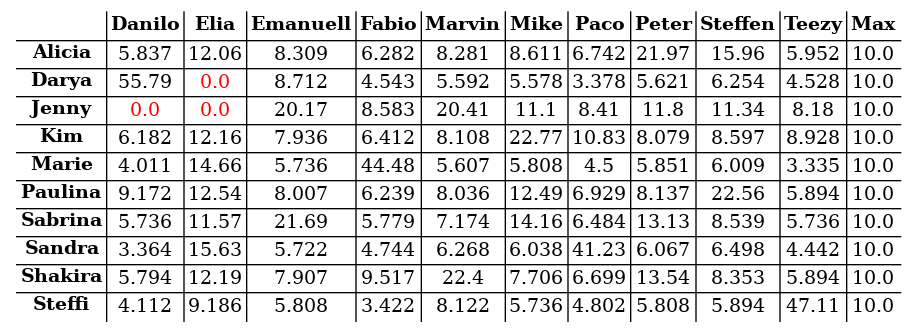
Above: s03r/s03r_tab.png in atticus-sullivan/sim-ayto (Graphviz), before the change. Its source is kept beside it as s03r/s03r_tab.dot.
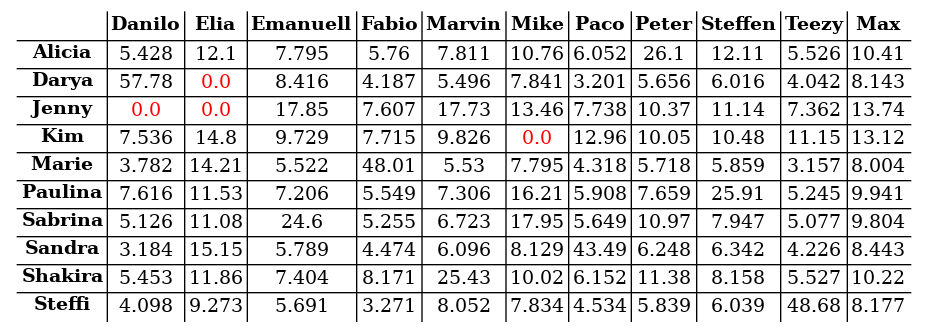
Above is the later version.

What changed in the source:
```diff
@@ -15,134 +15,134 @@
 <td><B>Max</B></td>
 </tr>
 <tr><td><B>Alicia</B></td>
-<td><font color="black">5.837</font></td>
-<td><font color="black">12.06</font></td>
-<td><font color="black">8.309</font></td>
-<td><font color="black">6.282</font></td>
-<td><font color="black">8.281</font></td>
-<td><font color="black">8.611</font></td>
-<td><font color="black">6.742</font></td>
-<td><font color="black">21.97</font></td>
-<td><font color="black">15.96</font></td>
-<td><font color="black">5.952</font></td>
-<td><font color="black">10.0</font></td>
+<td><font color="black">5.428</font></td>
+<td><font color="black">12.1</font></td>
+<td><font color="black">7.795</font></td>
+<td><font color="black">5.76</font></td>
+<td><font color="black">7.811</font></td>
+<td><font color="black">10.76</font></td>
+<td><font color="black">6.052</font></td>
+<td><font color="black">26.1</font></td>
+<td><font color="black">12.11</font></td>
+<td><font color="black">5.526</font></td>
+<td><font color="black">10.41</font></td>
 </tr>
 <tr><td><B>Darya</B></td>
-<td><font color="black">55.79</font></td>
+<td><font color="black">57.78</font></td>
 <td><font color="red">0.0</font></td>
-<td><font color="black">8.712</font></td>
-<td><font color="black">4.543</font></td>
-<td><font color="black">5.592</font></td>
-<td><font color="black">5.578</font></td>
-<td><font color="black">3.378</font></td>
-<td><font color="black">5.621</font></td>
-<td><font color="black">6.254</font></td>
-<td><font color="black">4.528</font></td>
-<td><font color="black">10.0</font></td>
+<td><font color="black">8.416</font></td>
+<td><font color="black">4.187</font></td>
+<td><font color="black">5.496</font></td>
+<td><font color="black">7.841</font></td>
+<td><font color="black">3.201</font></td>
+<td><font color="black">5.656</font></td>
+<td><font color="black">6.016</font></td>
+<td><font color="black">4.042</font></td>
+<td><font color="black">8.143</font></td>
 </tr>
 <tr><td><B>Jenny</B></td>
 <td><font color="red">0.0</font></td>
 <td><font color="red">0.0</font></td>
-<td><font color="black">20.17</font></td>
-<td><font color="black">8.583</font></td>
-<td><font color="black">20.41</font></td>
-<td><font color="black">11.1</font></td>
-<td><font color="black">8.41</font></td>
-<td><font color="black">11.8</font></td>
-<td><font color="black">11.34</font></td>
-<td><font color="black">8.18</font></td>
-<td><font color="black">10.0</font></td>
+<td><font color="black">17.85</font></td>
+<td><font color="black">7.607</font></td>
+<td><font color="black">17.73</font></td>
+<td><font color="black">13.46</font></td>
+<td><font color="black">7.738</font></td>
+<td><font color="black">10.37</font></td>
+<td><font color="black">11.14</font></td>
+<td><font color="black">7.362</font></td>
+<td><font color="black">13.74</font></td>
 </tr>
 <tr><td><B>Kim</B></td>
-<td><font color="black">6.182</font></td>
-<td><font color="black">12.16</font></td>
-<td><font color="black">7.936</font></td>
-<td><font color="black">6.412</font></td>
-<td><font color="black">8.108</font></td>
-<td><font color="black">22.77</font></td>
-<td><font color="black">10.83</font></td>
-<td><font color="black">8.079</font></td>
-<td><font color="black">8.597</font></td>
-<td><font color="black">8.928</font></td>
-<td><font color="black">10.0</font></td>
+<td><font color="black">7.536</font></td>
+<td><font color="black">14.8</font></td>
+<td><font color="black">9.729</font></td>
+<td><font color="black">7.715</font></td>
+<td><font color="black">9.826</font></td>
+<td><font color="red">0.0</font></td>
+<td><font color="black">12.96</font></td>
+<td><font color="black">10.05</font></td>
+<td><font color="black">10.48</font></td>
+<td><font color="black">11.15</font></td>
+<td><font color="black">13.12</font></td>
 </tr>
 <tr><td><B>Marie</B></td>
-<td><font color="black">4.011</font></td>
-<td><font color="black">14.66</font></td>
-<td><font color="black">5.736</font></td>
-<td><font color="black">44.48</font></td>
-<td><font color="black">5.607</font></td>
-<td><font color="black">5.808</font></td>
-<td><font color="black">4.5</font></td>
-<td><font color="black">5.851</font></td>
-<td><font color="black">6.009</font></td>
-<td><font color="black">3.335</font></td>
-<td><font color="black">10.0</font></td>
+<td><font color="black">3.782</font></td>
+<td><font color="black">14.21</font></td>
+<td><font color="black">5.522</font></td>
+<td><font color="black">48.01</font></td>
+<td><font color="black">5.53</font></td>
+<td><font color="black">7.795</font></td>
+<td><font color="black">4.318</font></td>
+<td><font color="black">5.718</font></td>
+<td><font color="black">5.859</font></td>
+<td><font color="black">3.157</font></td>
+<td><font color="black">8.004</font></td>
 </tr>
 <tr><td><B>Paulina</B></td>
-<td><font color="black">9.172</font></td>
-<td><font color="black">12.54</font></td>
-<td><font color="black">8.007</font></td>
-<td><font color="black">6.239</font></td>
-<td><font color="black">8.036</font></td>
-<td><font color="black">12.49</font></td>
-<td><font color="black">6.929</font></td>
-<td><font color="black">8.137</font></td>
-<td><font color="black">22.56</font></td>
-<td><font color="black">5.894</font></td>
-<td><font color="black">10.0</font></td>
+<td><font color="black">7.616</font></td>
+<td><font color="black">11.53</font></td>
+<td><font color="black">7.206</font></td>
+<td><font color="black">5.549</font></td>
+<td><font color="black">7.306</font></td>
+<td><font color="black">16.21</font></td>
+<td><font color="black">5.908</font></td>
+<td><font color="black">7.659</font></td>
+<td><font color="black">25.91</font></td>
+<td><font color="black">5.245</font></td>
+<td><font color="black">9.941</font></td>
 </tr>
 <tr><td><B>Sabrina</B></td>
-<td><font color="black">5.736</font></td>
-<td><font color="black">11.57</font></td>
-<td><font color="black">21.69</font></td>
-<td><font color="black">5.779</font></td>
-<td><font color="black">7.174</font></td>
-<td><font color="black">14.16</font></td>
-<td><font color="black">6.484</font></td>
-<td><font color="black">13.13</font></td>
-<td><font color="black">8.539</font></td>
-<td><font color="black">5.736</font></td>
-<td><font color="black">10.0</font></td>
+<td><font color="black">5.126</font></td>
+<td><font color="black">11.08</font></td>
+<td><font color="black">24.6</font></td>
+<td><font color="black">5.255</font></td>
+<td><font color="black">6.723</font></td>
+<td><font color="black">17.95</font></td>
+<td><font color="black">5.649</font></td>
+<td><font color="black">10.97</font></td>
+<td><font color="black">7.947</font></td>
+<td><font color="black">5.077</font></td>
+<td><font color="black">9.804</font></td>
 </tr>
 <tr><td><B>Sandra</B></td>
-<td><font color="black">3.364</font></td>
-<td><font color="black">15.63</font></td>
-<td><font color="black">5.722</font></td>
-<td><font color="black">4.744</font></td>
-<td><font color="black">6.268</font></td>
-<td><font color="black">6.038</font></td>
-<td><font color="black">41.23</font></td>
-<td><font color="black">6.067</font></td>
-<td><font color="black">6.498</font></td>
-<td><font color="black">4.442</font></td>
-<td><font color="black">10.0</font></td>
+<td><font color="black">3.184</font></td>
+<td><font color="black">15.15</font></td>
+<td><font color="black">5.789</font></td>
+<td><font color="black">4.474</font></td>
+<td><font color="black">6.096</font></td>
+<td><font color="black">8.129</font></td>
+<td><font color="black">43.49</font></td>
+<td><font color="black">6.248</font></td>
+<td><font color="black">6.342</font></td>
+<td><font color="black">4.226</font></td>
+<td><font color="black">8.443</font></td>
 </tr>
 <tr><td><B>Shakira</B></td>
-<td><font color="black">5.794</font></td>
-<td><font color="black">12.19</font></td>
-<td><font color="black">7.907</font></td>
-<td><font color="black">9.517</font></td>
-<td><font color="black">22.4</font></td>
-<td><font color="black">7.706</font></td>
-<td><font color="black">6.699</font></td>
-<td><font color="black">13.54</font></td>
-<td><font color="black">8.353</font></td>
-<td><font color="black">5.894</font></td>
-<td><font color="black">10.0</font></td>
+<td><font color="black">5.453</font></td>
+<td><font color="black">11.86</font></td>
+<td><font color="black">7.404</font></td>
+<td><font color="black">8.171</font></td>
+<td><font color="black">25.43</font></td>
+<td><font color="black">10.02</font></td>
+<td><font color="black">6.152</font></td>
+<td><font color="black">11.38</font></td>
+<td><font color="black">8.158</font></td>
+<td><font color="black">5.527</font></td>
+<td><font color="black">10.22</font></td>
 </tr>
 <tr><td><B>Steffi</B></td>
-<td><font color="black">4.112</font></td>
-<td><font color="black">9.186</font></td>
-<td><font color="black">5.808</font></td>
-<td><font color="black">3.422</font></td>
-<td><font color="black">8.122</font></td>
-<td><font color="black">5.736</font></td>
-<td><font color="black">4.802</font></td>
-<td><font color="black">5.808</font></td>
-<td><font color="black">5.894</font></td>
-<td><font color="black">47.11</font></td>
-<td><font color="black">10.0</font></td>
+<td><font color="black">4.098</font></td>
+<td><font color="black">9.273</font></td>
+<td><font color="black">5.691</font></td>
+<td><font color="black">3.271</font></td>
+<td><font color="black">8.052</font></td>
+<td><font color="black">7.834</font></td>
+<td><font color="black">4.534</font></td>
+<td><font color="black">5.839</font></td>
+<td><font color="black">6.039</font></td>
+<td><font color="black">48.68</font></td>
+<td><font color="black">8.177</font></td>
 </tr>
 </table>
 >];}
```
